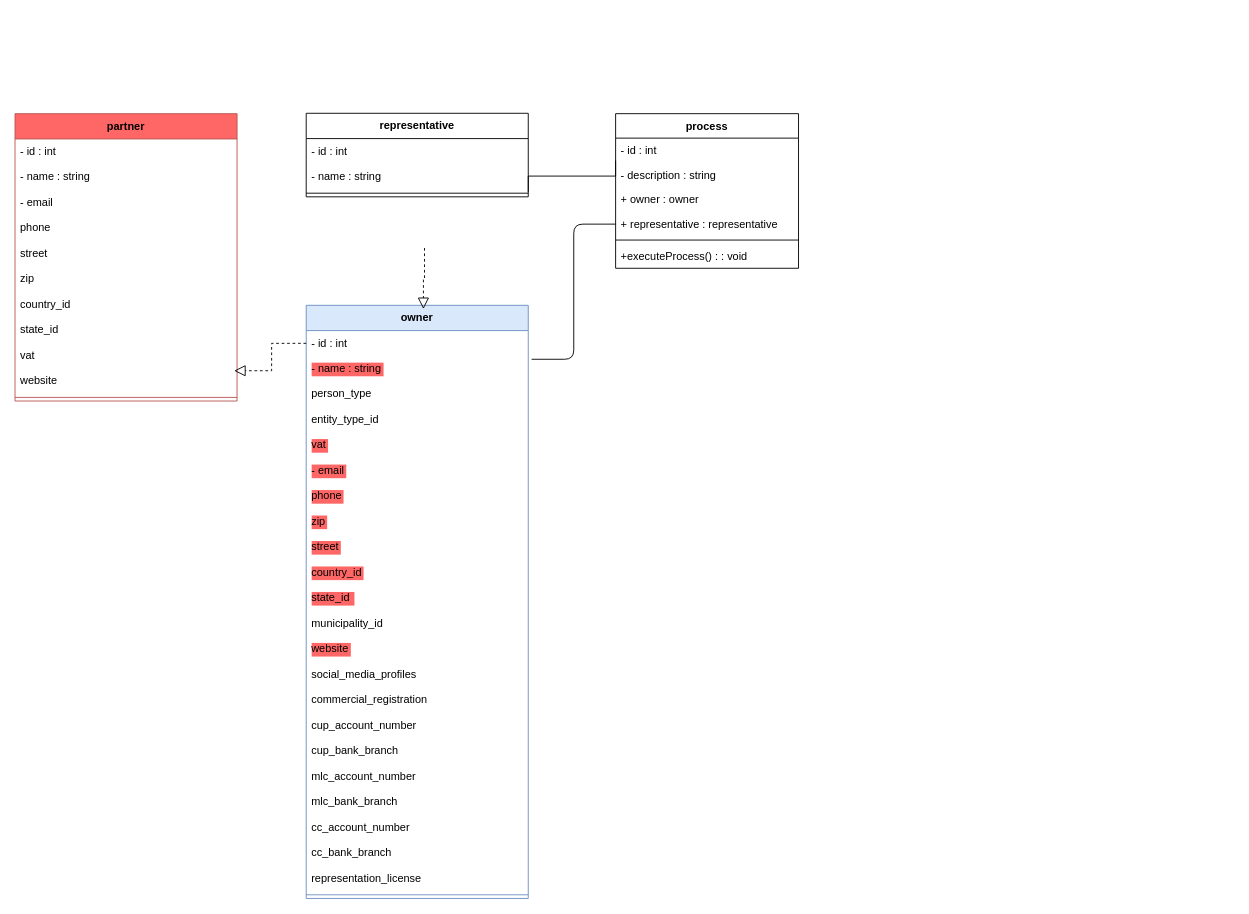
Earlier version of the draw.io diagram ICS-Desoft.drawio (dayron-peeta/website_process_ics). Source tidied: cells renumbered, new cells numbered last; positions are measured from the earlier drawing's top-left corner, leaving out a move shared by most shapes. Both pictures are drawn from the tidied source at 91%, with x=0, y=0 at pixel (15, 113).
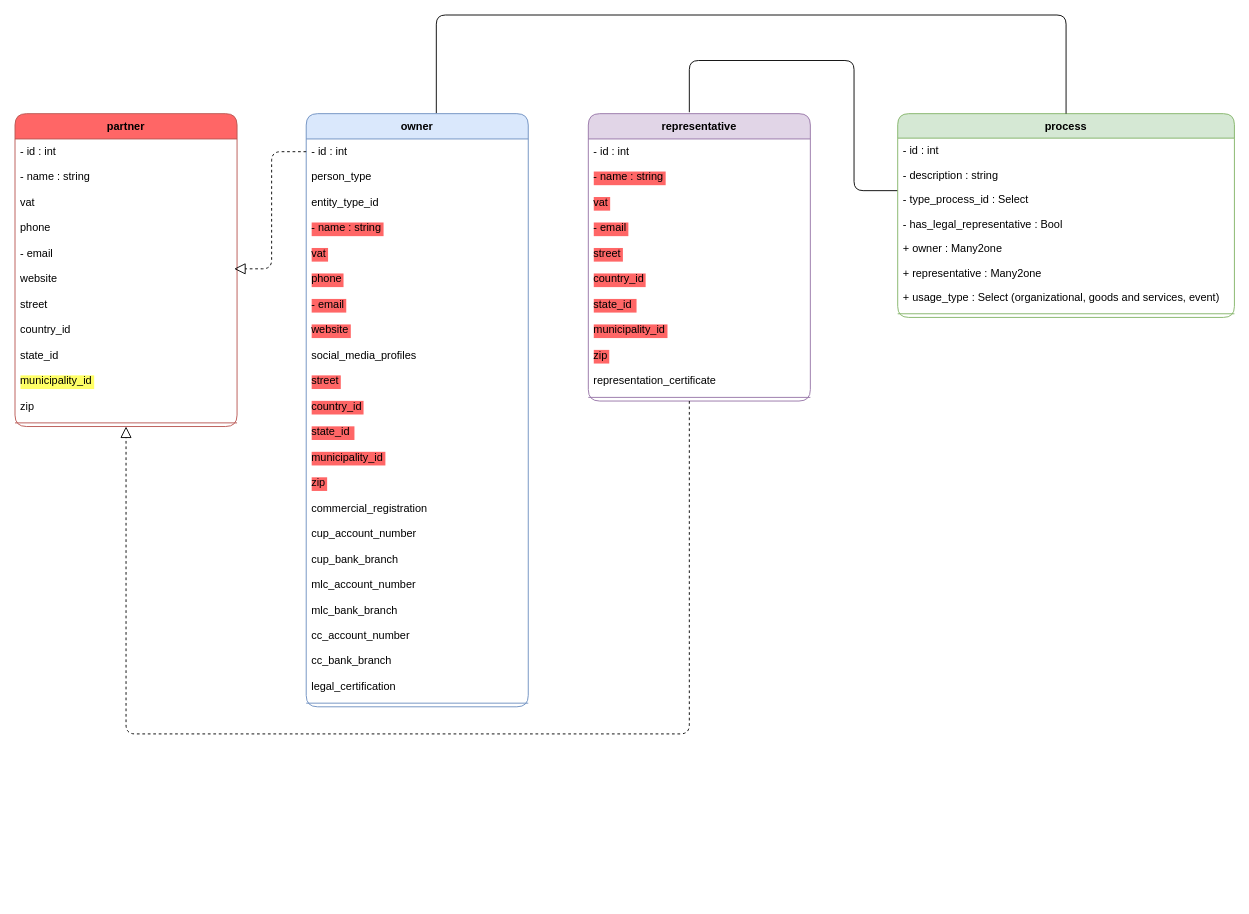
After the change.

The change refers to these unchanged cells:
```xml
<mxCell id="7" value="- id : int" style="text;strokeColor=none;fillColor=none;align=left;verticalAlign=top;spacingLeft=4;spacingRight=4;overflow=hidden;points=[[0,0.5],[1,0.5]];portConstraint=eastwest;" parent="6" vertex="1">
  <mxGeometry y="27.8" width="244" height="28" as="geometry" />
</mxCell>
```

What changed in the source:
```diff
@@
-    <mxCell id="2" value="representative" style="swimlane;fontStyle=1;align=center;verticalAlign=top;horizontal=1;startSize=27.8;" parent="1" vertex="1">
-      <mxGeometry x="320" width="244" height="91.8" as="geometry" />
+    <mxCell id="2" value="representative" style="swimlane;fontStyle=1;align=center;verticalAlign=top;horizontal=1;startSize=27.8;fillColor=#e1d5e7;strokeColor=#9673a6;rounded=1;" parent="1" vertex="1">
+      <mxGeometry x="630" y="0.4" width="244" height="315.8" as="geometry" />
     </mxCell>
@@
-    <mxCell id="4" value="- name : string" style="text;strokeColor=none;fillColor=none;align=left;verticalAlign=top;spacingLeft=4;spacingRight=4;overflow=hidden;points=[[0,0.5],[1,0.5]];portConstraint=eastwest;" parent="2" vertex="1">
+    <mxCell id="4" value="- name : string" style="text;strokeColor=none;fillColor=none;align=left;verticalAlign=top;spacingLeft=4;spacingRight=4;overflow=hidden;points=[[0,0.5],[1,0.5]];portConstraint=eastwest;labelBackgroundColor=#FF6666;" parent="2" vertex="1">
       <mxGeometry y="55.8" width="244" height="28" as="geometry" />
     </mxCell>
+    <mxCell id="53" value="vat" style="text;strokeColor=none;fillColor=none;align=left;verticalAlign=top;spacingLeft=4;spacingRight=4;overflow=hidden;fontColor=#000000;labelBackgroundColor=#FF6666;" parent="2" vertex="1">
+      <mxGeometry y="83.8" width="244" height="28" as="geometry" />
+    </mxCell>
+    <mxCell id="54" value="- email" style="text;strokeColor=none;fillColor=none;align=left;verticalAlign=top;spacingLeft=4;spacingRight=4;overflow=hidden;fontColor=#000000;labelBackgroundColor=#FF6666;" parent="2" vertex="1">
+      <mxGeometry y="111.8" width="244" height="28" as="geometry" />
+    </mxCell>
+    <mxCell id="55" value="street" style="text;strokeColor=none;fillColor=none;align=left;verticalAlign=top;spacingLeft=4;spacingRight=4;overflow=hidden;fontColor=#000000;labelBackgroundColor=#ff6666;" parent="2" vertex="1">
+      <mxGeometry y="139.8" width="244" height="28" as="geometry" />
+    </mxCell>
+    <mxCell id="56" value="country_id" style="text;strokeColor=none;fillColor=none;align=left;verticalAlign=top;spacingLeft=4;spacingRight=4;overflow=hidden;fontColor=#000000;labelBackgroundColor=#FF6666;" parent="2" vertex="1">
+      <mxGeometry y="167.8" width="244" height="28" as="geometry" />
+    </mxCell>
+    <mxCell id="17" value="state_id " style="text;strokeColor=none;fillColor=none;align=left;verticalAlign=top;spacingLeft=4;spacingRight=4;overflow=hidden;fontColor=#000000;labelBackgroundColor=#FF6666;" parent="2" vertex="1">
+      <mxGeometry y="195.8" width="244" height="28" as="geometry" />
+    </mxCell>
+    <mxCell id="57" value="municipality_id" style="text;strokeColor=none;fillColor=none;align=left;verticalAlign=top;spacingLeft=4;spacingRight=4;overflow=hidden;labelBackgroundColor=#FF6666;" parent="2" vertex="1">
+      <mxGeometry y="223.8" width="244" height="28" as="geometry" />
+    </mxCell>
+    <mxCell id="58" value="zip" style="text;strokeColor=none;fillColor=none;align=left;verticalAlign=top;spacingLeft=4;spacingRight=4;overflow=hidden;fontColor=#000000;labelBackgroundColor=#FF6666;" parent="2" vertex="1">
+      <mxGeometry y="251.8" width="244" height="28" as="geometry" />
+    </mxCell>
+    <mxCell id="59" value="representation_certificate" style="text;strokeColor=none;fillColor=none;align=left;verticalAlign=top;spacingLeft=4;spacingRight=4;overflow=hidden;" parent="2" vertex="1">
+      <mxGeometry y="279.8" width="244" height="28" as="geometry" />
+    </mxCell>
     <mxCell id="5" style="line;strokeWidth=1;fillColor=none;align=left;verticalAlign=middle;spacingTop=-1;spacingLeft=3;spacingRight=3;labelPosition=right;strokeColor=inherit;" parent="2" vertex="1">
-      <mxGeometry y="83.8" width="244" height="8" as="geometry" />
+      <mxGeometry y="307.8" width="244" height="8" as="geometry" />
     </mxCell>
-    <mxCell id="6" value="owner" style="swimlane;fontStyle=1;align=center;verticalAlign=top;horizontal=1;startSize=27.8;fillColor=#dae8fc;strokeColor=#6c8ebf;" parent="1" vertex="1">
-      <mxGeometry x="320" y="211" width="244" height="651.8" as="geometry" />
+    <mxCell id="6" value="owner" style="swimlane;fontStyle=1;align=center;verticalAlign=top;horizontal=1;startSize=27.8;fillColor=#dae8fc;strokeColor=#6c8ebf;rounded=1;" parent="1" vertex="1">
+      <mxGeometry x="320" y="0.4" width="244" height="651.8" as="geometry" />
     </mxCell>
@@
-    <mxCell id="8" value="- name : string" style="text;strokeColor=none;fillColor=none;align=left;verticalAlign=top;spacingLeft=4;spacingRight=4;overflow=hidden;fontColor=#000000;labelBackgroundColor=#FF6666;" parent="6" vertex="1">
-      <mxGeometry y="55.8" width="244" height="28" as="geometry" />
-    </mxCell>
     <mxCell id="9" value="person_type" style="text;strokeColor=none;fillColor=none;align=left;verticalAlign=top;spacingLeft=4;spacingRight=4;overflow=hidden;" parent="6" vertex="1">
-      <mxGeometry y="83.8" width="244" height="28" as="geometry" />
+      <mxGeometry y="55.8" width="244" height="28" as="geometry" />
     </mxCell>
     <mxCell id="10" value="entity_type_id" style="text;strokeColor=none;fillColor=none;align=left;verticalAlign=top;spacingLeft=4;spacingRight=4;overflow=hidden;" parent="6" vertex="1">
-      <mxGeometry y="111.8" width="244" height="28" as="geometry" />
+      <mxGeometry y="83.8" width="244" height="28" as="geometry" />
     </mxCell>
+    <mxCell id="8" value="- name : string" style="text;strokeColor=none;fillColor=none;align=left;verticalAlign=top;spacingLeft=4;spacingRight=4;overflow=hidden;fontColor=#000000;labelBackgroundColor=#FF6666;" parent="6" vertex="1">
+      <mxGeometry y="111.8" width="244" height="28" as="geometry" />
+    </mxCell>
@@
+    <mxCell id="13" value="phone" style="text;strokeColor=none;fillColor=none;align=left;verticalAlign=top;spacingLeft=4;spacingRight=4;overflow=hidden;fontColor=#000000;labelBackgroundColor=#ff6666;" parent="6" vertex="1">
+      <mxGeometry y="167.8" width="244" height="28" as="geometry" />
+    </mxCell>
     <mxCell id="12" value="- email" style="text;strokeColor=none;fillColor=none;align=left;verticalAlign=top;spacingLeft=4;spacingRight=4;overflow=hidden;fontColor=#000000;labelBackgroundColor=#FF6666;" parent="6" vertex="1">
-      <mxGeometry y="167.8" width="244" height="28" as="geometry" />
+      <mxGeometry y="195.8" width="244" height="28" as="geometry" />
     </mxCell>
-    <mxCell id="13" value="phone" style="text;strokeColor=none;fillColor=none;align=left;verticalAlign=top;spacingLeft=4;spacingRight=4;overflow=hidden;fontColor=#000000;labelBackgroundColor=#ff6666;" parent="6" vertex="1">
-      <mxGeometry y="195.8" width="244" height="28" as="geometry" />
-    </mxCell>
-    <mxCell id="14" value="zip" style="text;strokeColor=none;fillColor=none;align=left;verticalAlign=top;spacingLeft=4;spacingRight=4;overflow=hidden;fontColor=#000000;labelBackgroundColor=#FF6666;" parent="6" vertex="1">
-      <mxGeometry y="223.8" width="244" height="28" as="geometry" />
-    </mxCell>
+    <mxCell id="19" value="website" style="text;strokeColor=none;fillColor=none;align=left;verticalAlign=top;spacingLeft=4;spacingRight=4;overflow=hidden;fontColor=#000000;labelBackgroundColor=#FF6666;glass=0;" parent="6" vertex="1">
+      <mxGeometry y="223.8" width="244" height="28" as="geometry" />
+    </mxCell>
+    <mxCell id="20" value="social_media_profiles" style="text;strokeColor=none;fillColor=none;align=left;verticalAlign=top;spacingLeft=4;spacingRight=4;overflow=hidden;" parent="6" vertex="1">
+      <mxGeometry y="251.8" width="244" height="28" as="geometry" />
+    </mxCell>
     <mxCell id="15" value="street" style="text;strokeColor=none;fillColor=none;align=left;verticalAlign=top;spacingLeft=4;spacingRight=4;overflow=hidden;fontColor=#000000;labelBackgroundColor=#ff6666;" parent="6" vertex="1">
-      <mxGeometry y="251.8" width="244" height="28" as="geometry" />
+      <mxGeometry y="279.8" width="244" height="28" as="geometry" />
     </mxCell>
     <mxCell id="16" value="country_id" style="text;strokeColor=none;fillColor=none;align=left;verticalAlign=top;spacingLeft=4;spacingRight=4;overflow=hidden;fontColor=#000000;labelBackgroundColor=#FF6666;" parent="6" vertex="1">
-      <mxGeometry y="279.8" width="244" height="28" as="geometry" />
+      <mxGeometry y="307.8" width="244" height="28" as="geometry" />
     </mxCell>
-    <mxCell id="17" value="state_id " style="text;strokeColor=none;fillColor=none;align=left;verticalAlign=top;spacingLeft=4;spacingRight=4;overflow=hidden;fontColor=#000000;labelBackgroundColor=#FF6666;" parent="6" vertex="1">
-      <mxGeometry y="307.8" width="244" height="28" as="geometry" />
-    </mxCell>
+    <mxCell id="60" value="state_id " style="text;strokeColor=none;fillColor=none;align=left;verticalAlign=top;spacingLeft=4;spacingRight=4;overflow=hidden;fontColor=#000000;labelBackgroundColor=#FF6666;" parent="6" vertex="1">
+      <mxGeometry y="335.8" width="244" height="28" as="geometry" />
+    </mxCell>
-    <mxCell id="18" value="municipality_id" style="text;strokeColor=none;fillColor=none;align=left;verticalAlign=top;spacingLeft=4;spacingRight=4;overflow=hidden;" parent="6" vertex="1">
-      <mxGeometry y="335.8" width="244" height="28" as="geometry" />
+    <mxCell id="18" value="municipality_id" style="text;strokeColor=none;fillColor=none;align=left;verticalAlign=top;spacingLeft=4;spacingRight=4;overflow=hidden;labelBackgroundColor=#FF6666;" parent="6" vertex="1">
+      <mxGeometry y="363.8" width="244" height="28" as="geometry" />
     </mxCell>
-    <mxCell id="19" value="website" style="text;strokeColor=none;fillColor=none;align=left;verticalAlign=top;spacingLeft=4;spacingRight=4;overflow=hidden;fontColor=#000000;labelBackgroundColor=#FF6666;glass=0;" parent="6" vertex="1">
-      <mxGeometry y="363.8" width="244" height="28" as="geometry" />
-    </mxCell>
-    <mxCell id="20" value="social_media_profiles" style="text;strokeColor=none;fillColor=none;align=left;verticalAlign=top;spacingLeft=4;spacingRight=4;overflow=hidden;" parent="6" vertex="1">
-      <mxGeometry y="391.8" width="244" height="28" as="geometry" />
-    </mxCell>
+    <mxCell id="14" value="zip" style="text;strokeColor=none;fillColor=none;align=left;verticalAlign=top;spacingLeft=4;spacingRight=4;overflow=hidden;fontColor=#000000;labelBackgroundColor=#FF6666;" parent="6" vertex="1">
+      <mxGeometry y="391.8" width="244" height="28" as="geometry" />
+    </mxCell>
@@
-    <mxCell id="28" value="representation_license" style="text;strokeColor=none;fillColor=none;align=left;verticalAlign=top;spacingLeft=4;spacingRight=4;overflow=hidden;" parent="6" vertex="1">
+    <mxCell id="28" value="legal_certification" style="text;strokeColor=none;fillColor=none;align=left;verticalAlign=top;spacingLeft=4;spacingRight=4;overflow=hidden;" parent="6" vertex="1">
       <mxGeometry y="615.8" width="244" height="28" as="geometry" />
     </mxCell>
@@
-    <mxCell id="30" value="partner" style="swimlane;fontStyle=1;align=center;verticalAlign=top;horizontal=1;startSize=27.8;strokeColor=#b85450;fillColor=#FF6666;" parent="1" vertex="1">
-      <mxGeometry y="0.4" width="244" height="315.8" as="geometry" />
+    <mxCell id="30" value="partner" style="swimlane;fontStyle=1;align=center;verticalAlign=top;horizontal=1;startSize=27.8;strokeColor=#b85450;fillColor=#FF6666;rounded=1;" parent="1" vertex="1">
+      <mxGeometry y="0.4" width="244" height="343.8" as="geometry" />
     </mxCell>
@@
+    <mxCell id="39" value="vat" style="text;strokeColor=none;fillColor=none;align=left;verticalAlign=top;spacingLeft=4;spacingRight=4;overflow=hidden;" parent="30" vertex="1">
+      <mxGeometry y="83.8" width="244" height="28" as="geometry" />
+    </mxCell>
+    <mxCell id="34" value="phone" style="text;strokeColor=none;fillColor=none;align=left;verticalAlign=top;spacingLeft=4;spacingRight=4;overflow=hidden;" parent="30" vertex="1">
+      <mxGeometry y="111.8" width="244" height="28" as="geometry" />
+    </mxCell>
     <mxCell id="33" value="- email" style="text;strokeColor=none;fillColor=none;align=left;verticalAlign=top;spacingLeft=4;spacingRight=4;overflow=hidden;" parent="30" vertex="1">
-      <mxGeometry y="83.8" width="244" height="28" as="geometry" />
+      <mxGeometry y="139.8" width="244" height="28" as="geometry" />
     </mxCell>
-    <mxCell id="34" value="phone" style="text;strokeColor=none;fillColor=none;align=left;verticalAlign=top;spacingLeft=4;spacingRight=4;overflow=hidden;" parent="30" vertex="1">
-      <mxGeometry y="111.8" width="244" height="28" as="geometry" />
-    </mxCell>
+    <mxCell id="40" value="website" style="text;strokeColor=none;fillColor=none;align=left;verticalAlign=top;spacingLeft=4;spacingRight=4;overflow=hidden;points=[[0,0.5],[1,0.5]];portConstraint=eastwest;" parent="30" vertex="1">
+      <mxGeometry y="167.8" width="244" height="28" as="geometry" />
+    </mxCell>
     <mxCell id="35" value="street" style="text;strokeColor=none;fillColor=none;align=left;verticalAlign=top;spacingLeft=4;spacingRight=4;overflow=hidden;" parent="30" vertex="1">
-      <mxGeometry y="139.8" width="244" height="28" as="geometry" />
+      <mxGeometry y="195.8" width="244" height="28" as="geometry" />
     </mxCell>
-    <mxCell id="36" value="zip" style="text;strokeColor=none;fillColor=none;align=left;verticalAlign=top;spacingLeft=4;spacingRight=4;overflow=hidden;" parent="30" vertex="1">
-      <mxGeometry y="167.8" width="244" height="28" as="geometry" />
-    </mxCell>
     <mxCell id="37" value="country_id" style="text;strokeColor=none;fillColor=none;align=left;verticalAlign=top;spacingLeft=4;spacingRight=4;overflow=hidden;" parent="30" vertex="1">
-      <mxGeometry y="195.8" width="244" height="28" as="geometry" />
+      <mxGeometry y="223.8" width="244" height="28" as="geometry" />
     </mxCell>
     <mxCell id="38" value="state_id " style="text;strokeColor=none;fillColor=none;align=left;verticalAlign=top;spacingLeft=4;spacingRight=4;overflow=hidden;" parent="30" vertex="1">
-      <mxGeometry y="223.8" width="244" height="28" as="geometry" />
+      <mxGeometry y="251.8" width="244" height="28" as="geometry" />
     </mxCell>
-    <mxCell id="39" value="vat" style="text;strokeColor=none;fillColor=none;align=left;verticalAlign=top;spacingLeft=4;spacingRight=4;overflow=hidden;" parent="30" vertex="1">
-      <mxGeometry y="251.8" width="244" height="28" as="geometry" />
-    </mxCell>
-    <mxCell id="40" value="website" style="text;strokeColor=none;fillColor=none;align=left;verticalAlign=top;spacingLeft=4;spacingRight=4;overflow=hidden;points=[[0,0.5],[1,0.5]];portConstraint=eastwest;" parent="30" vertex="1">
-      <mxGeometry y="279.8" width="244" height="28" as="geometry" />
-    </mxCell>
+    <mxCell id="61" value="municipality_id" style="text;strokeColor=none;fillColor=none;align=left;verticalAlign=top;spacingLeft=4;spacingRight=4;overflow=hidden;labelBackgroundColor=#FFFF66;" parent="30" vertex="1">
+      <mxGeometry y="279.8" width="244" height="28" as="geometry" />
+    </mxCell>
+    <mxCell id="36" value="zip" style="text;strokeColor=none;fillColor=none;align=left;verticalAlign=top;spacingLeft=4;spacingRight=4;overflow=hidden;" parent="30" vertex="1">
+      <mxGeometry y="307.8" width="244" height="28" as="geometry" />
+    </mxCell>
     <mxCell id="41" style="line;strokeWidth=1;fillColor=none;align=left;verticalAlign=middle;spacingTop=-1;spacingLeft=3;spacingRight=3;labelPosition=right;strokeColor=inherit;" parent="30" vertex="1">
-      <mxGeometry y="307.8" width="244" height="8" as="geometry" />
+      <mxGeometry y="335.8" width="244" height="8" as="geometry" />
     </mxCell>
-    <mxCell id="42" style="edgeStyle=elbowEdgeStyle;rounded=0;jettySize=auto;html=1;endArrow=none;endFill=0;exitX=0;exitY=0.913;exitDx=0;exitDy=0;exitPerimeter=0;entryX=1;entryY=1.089;entryDx=0;entryDy=0;entryPerimeter=0;elbow=vertical;" parent="1" edge="1" source="44" target="4">
-      <mxGeometry relative="1" as="geometry" />
+    <mxCell id="42" style="edgeStyle=orthogonalEdgeStyle;rounded=1;jettySize=auto;html=1;endArrow=none;endFill=0;entryX=0.455;entryY=-0.005;entryDx=0;entryDy=0;entryPerimeter=0;elbow=vertical;curved=0;" parent="1" edge="1" source="43" target="2">
+      <mxGeometry relative="1" as="geometry">
+        <Array as="points">
+          <mxPoint x="922" y="85" />
+          <mxPoint x="922" y="-58" />
+          <mxPoint x="741" y="-58" />
+        </Array>
+      </mxGeometry>
     </mxCell>
-    <mxCell id="43" value="process" style="swimlane;fontStyle=1;align=center;verticalAlign=top;horizontal=1;startSize=26.899998982747395;" parent="1" vertex="1">
-      <mxGeometry x="660" y="0.4" width="201" height="169.9" as="geometry" />
+    <mxCell id="43" value="process" style="swimlane;fontStyle=1;align=center;verticalAlign=top;horizontal=1;startSize=26.899998982747395;fillColor=#d5e8d4;strokeColor=#82b366;rounded=1;" parent="1" vertex="1">
+      <mxGeometry x="970" y="0.4" width="370" height="223.9" as="geometry" />
     </mxCell>
     <mxCell id="44" value="- id : int" style="text;strokeColor=none;fillColor=none;align=left;verticalAlign=top;spacingLeft=4;spacingRight=4;overflow=hidden;points=[[0,0.5],[1,0.5]];portConstraint=eastwest;" parent="43" vertex="1">
-      <mxGeometry y="26.9" width="201" height="27" as="geometry" />
+      <mxGeometry y="26.9" width="370" height="27" as="geometry" />
     </mxCell>
     <mxCell id="45" value="- description : string" style="text;strokeColor=none;fillColor=none;align=left;verticalAlign=top;spacingLeft=4;spacingRight=4;overflow=hidden;" parent="43" vertex="1">
-      <mxGeometry y="53.9" width="201" height="27" as="geometry" />
+      <mxGeometry y="53.9" width="370" height="27" as="geometry" />
     </mxCell>
+    <mxCell id="62" value="- type_process_id : Select" style="text;strokeColor=none;fillColor=none;align=left;verticalAlign=top;spacingLeft=4;spacingRight=4;overflow=hidden;" parent="43" vertex="1">
+      <mxGeometry y="80.9" width="370" height="27" as="geometry" />
+    </mxCell>
+    <mxCell id="63" value="- has_legal_representative : Bool" style="text;strokeColor=none;fillColor=none;align=left;verticalAlign=top;spacingLeft=4;spacingRight=4;overflow=hidden;" parent="43" vertex="1">
+      <mxGeometry y="107.9" width="370" height="27" as="geometry" />
+    </mxCell>
-    <mxCell id="46" value="+ owner : owner" style="text;strokeColor=none;fillColor=none;align=left;verticalAlign=top;spacingLeft=4;spacingRight=4;overflow=hidden;" parent="43" vertex="1">
-      <mxGeometry y="80.9" width="201" height="27" as="geometry" />
+    <mxCell id="46" value="+ owner : Many2one" style="text;strokeColor=none;fillColor=none;align=left;verticalAlign=top;spacingLeft=4;spacingRight=4;overflow=hidden;" parent="43" vertex="1">
+      <mxGeometry y="134.9" width="370" height="27" as="geometry" />
     </mxCell>
-    <mxCell id="47" value="+ representative : representative" style="text;strokeColor=none;fillColor=none;align=left;verticalAlign=top;spacingLeft=4;spacingRight=4;overflow=hidden;points=[[0,0.5],[1,0.5]];portConstraint=eastwest;" parent="43" vertex="1">
-      <mxGeometry y="107.9" width="201" height="27" as="geometry" />
+    <mxCell id="47" value="+ representative : Many2one" style="text;strokeColor=none;fillColor=none;align=left;verticalAlign=top;spacingLeft=4;spacingRight=4;overflow=hidden;points=[[0,0.5],[1,0.5]];portConstraint=eastwest;" parent="43" vertex="1">
+      <mxGeometry y="161.9" width="370" height="27" as="geometry" />
     </mxCell>
+    <mxCell id="64" value="+ usage_type : Select (organizational, goods and services, event)" style="text;strokeColor=none;fillColor=none;align=left;verticalAlign=top;spacingLeft=4;spacingRight=4;overflow=hidden;" parent="43" vertex="1">
+      <mxGeometry y="188.9" width="370" height="27" as="geometry" />
+    </mxCell>
     <mxCell id="48" style="line;strokeWidth=1;fillColor=none;align=left;verticalAlign=middle;spacingTop=-1;spacingLeft=3;spacingRight=3;labelPosition=right;strokeColor=inherit;" parent="43" vertex="1">
-      <mxGeometry y="134.9" width="201" height="8" as="geometry" />
+      <mxGeometry y="215.9" width="370" height="8" as="geometry" />
     </mxCell>
-    <mxCell id="49" value="+executeProcess() : : void" style="text;strokeColor=none;fillColor=none;align=left;verticalAlign=top;spacingLeft=4;spacingRight=4;overflow=hidden;" parent="43" vertex="1">
-      <mxGeometry y="142.9" width="201" height="27" as="geometry" />
-    </mxCell>
-    <mxCell id="50" style="startArrow=none;endArrow=none;exitX=0;exitY=0.5;entryX=1.015;entryY=0.088;exitDx=0;exitDy=0;entryDx=0;entryDy=0;entryPerimeter=0;edgeStyle=elbowEdgeStyle;rounded=1;curved=0;" parent="1" edge="1" source="47">
+    <mxCell id="50" style="startArrow=none;endArrow=none;entryX=0.586;entryY=-0.001;entryDx=0;entryDy=0;edgeStyle=elbowEdgeStyle;rounded=1;curved=0;entryPerimeter=0;" parent="1" edge="1" source="43" target="6">
       <mxGeometry relative="1" as="geometry">
-        <mxPoint x="567.7" y="270.3" as="targetPoint" />
+        <Array as="points">
+          <mxPoint x="730" y="-108" />
+        </Array>
       </mxGeometry>
     </mxCell>
-    <mxCell id="51" style="edgeStyle=orthogonalEdgeStyle;rounded=0;orthogonalLoop=1;jettySize=auto;html=1;endArrow=block;endFill=0;sourcePerimeterSpacing=0;targetPerimeterSpacing=0;endSize=10;startSize=6;dashed=1;entryX=0.528;entryY=0.005;entryDx=0;entryDy=0;entryPerimeter=0;" parent="1" edge="1">
+    <mxCell id="51" style="edgeStyle=orthogonalEdgeStyle;rounded=1;jettySize=auto;html=1;endArrow=block;endFill=0;sourcePerimeterSpacing=0;targetPerimeterSpacing=0;endSize=10;startSize=6;dashed=1;curved=0;" parent="1" edge="1" source="2" target="30">
       <mxGeometry relative="1" as="geometry">
-        <mxPoint x="450" y="148" as="sourcePoint" />
-        <mxPoint x="448.8" y="215.1" as="targetPoint" />
         <Array as="points">
-          <mxPoint x="450" y="182" />
-          <mxPoint x="449" y="182" />
+          <mxPoint x="741" y="682" />
+          <mxPoint x="122" y="682" />
         </Array>
       </mxGeometry>
     </mxCell>
-    <mxCell id="52" style="edgeStyle=orthogonalEdgeStyle;rounded=0;jettySize=auto;html=1;entryX=0.987;entryY=0.097;entryDx=0;entryDy=0;endArrow=block;endFill=0;endSize=10;dashed=1;entryPerimeter=0;" parent="1" edge="1" source="7" target="40">
+    <mxCell id="52" style="edgeStyle=orthogonalEdgeStyle;rounded=1;jettySize=auto;html=1;entryX=0.987;entryY=0.097;entryDx=0;entryDy=0;endArrow=block;endFill=0;endSize=10;dashed=1;entryPerimeter=0;curved=0;" parent="1" edge="1" source="7" target="40">
       <mxGeometry relative="1" as="geometry" />
     </mxCell>
```
